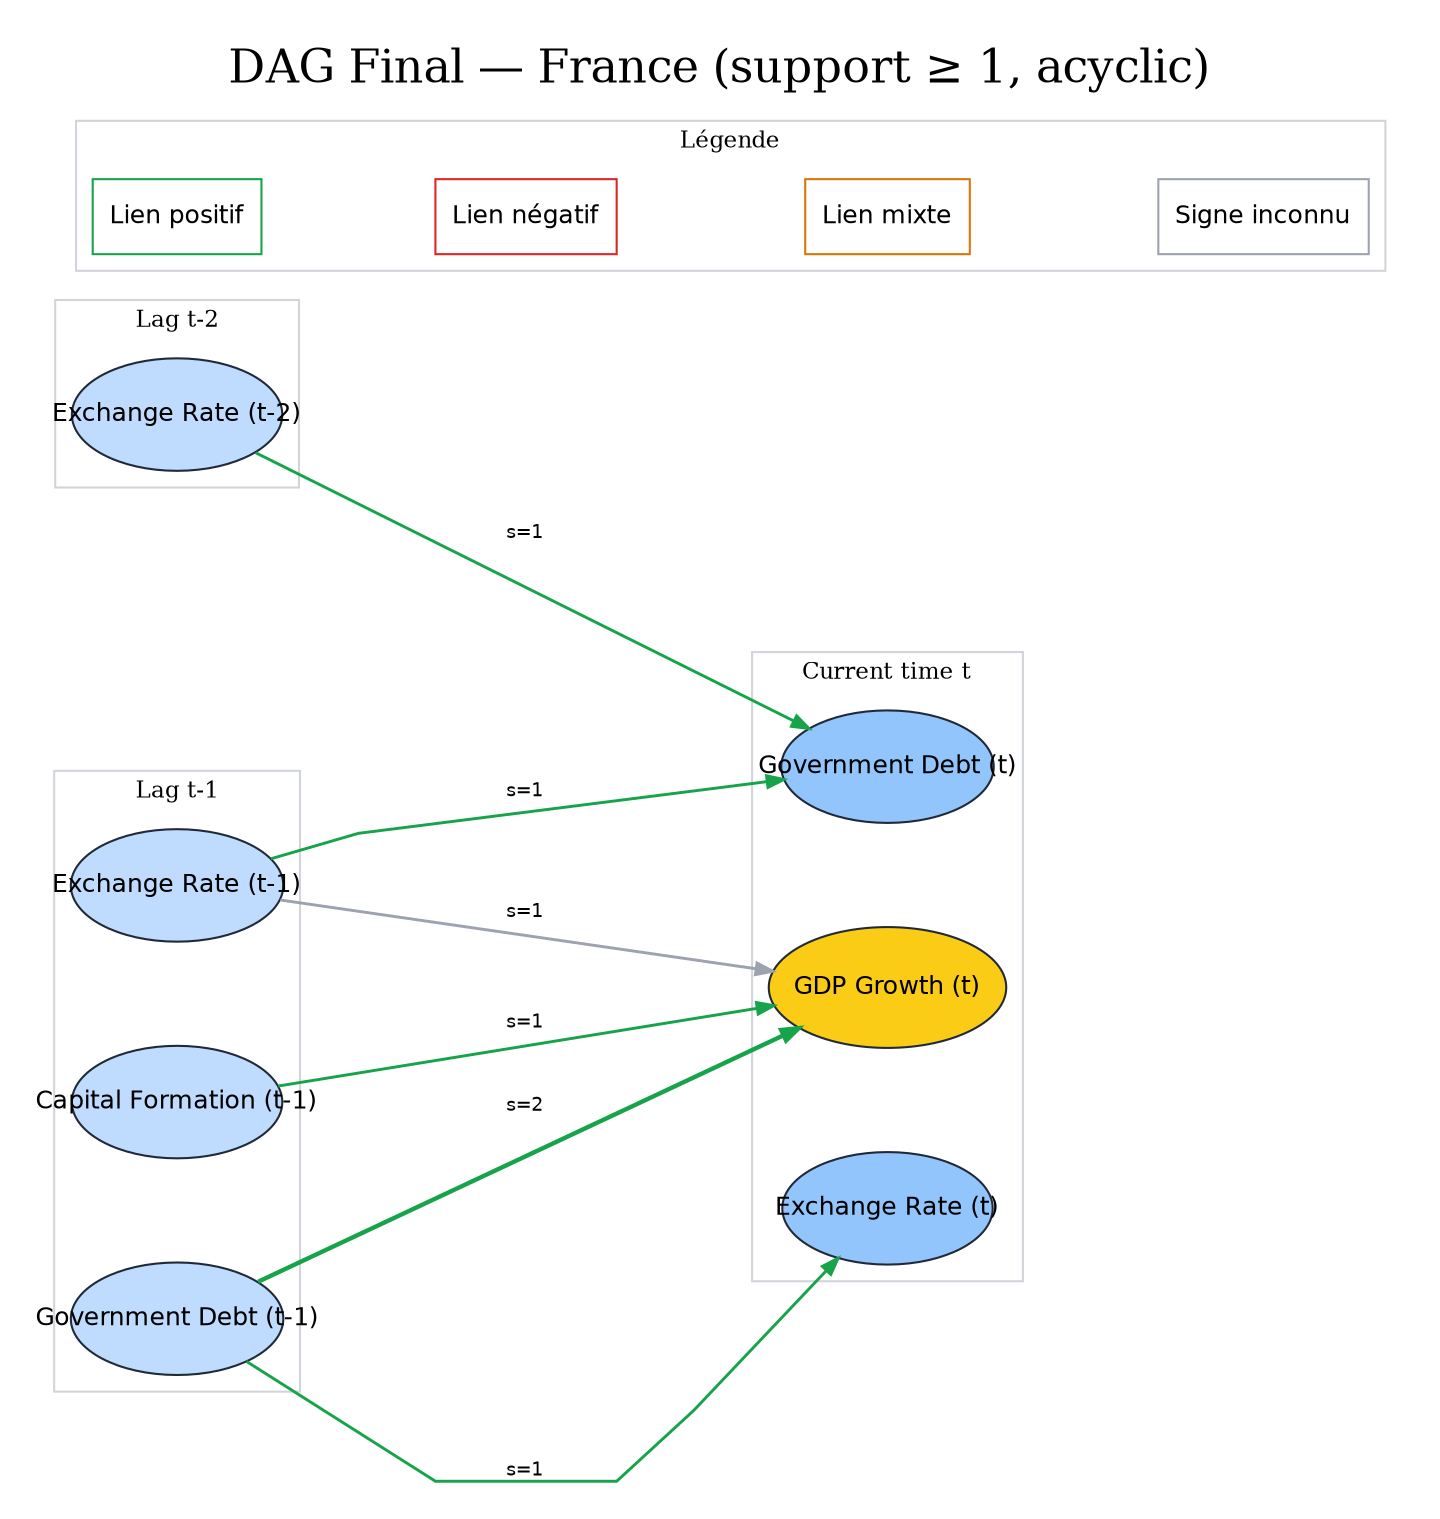
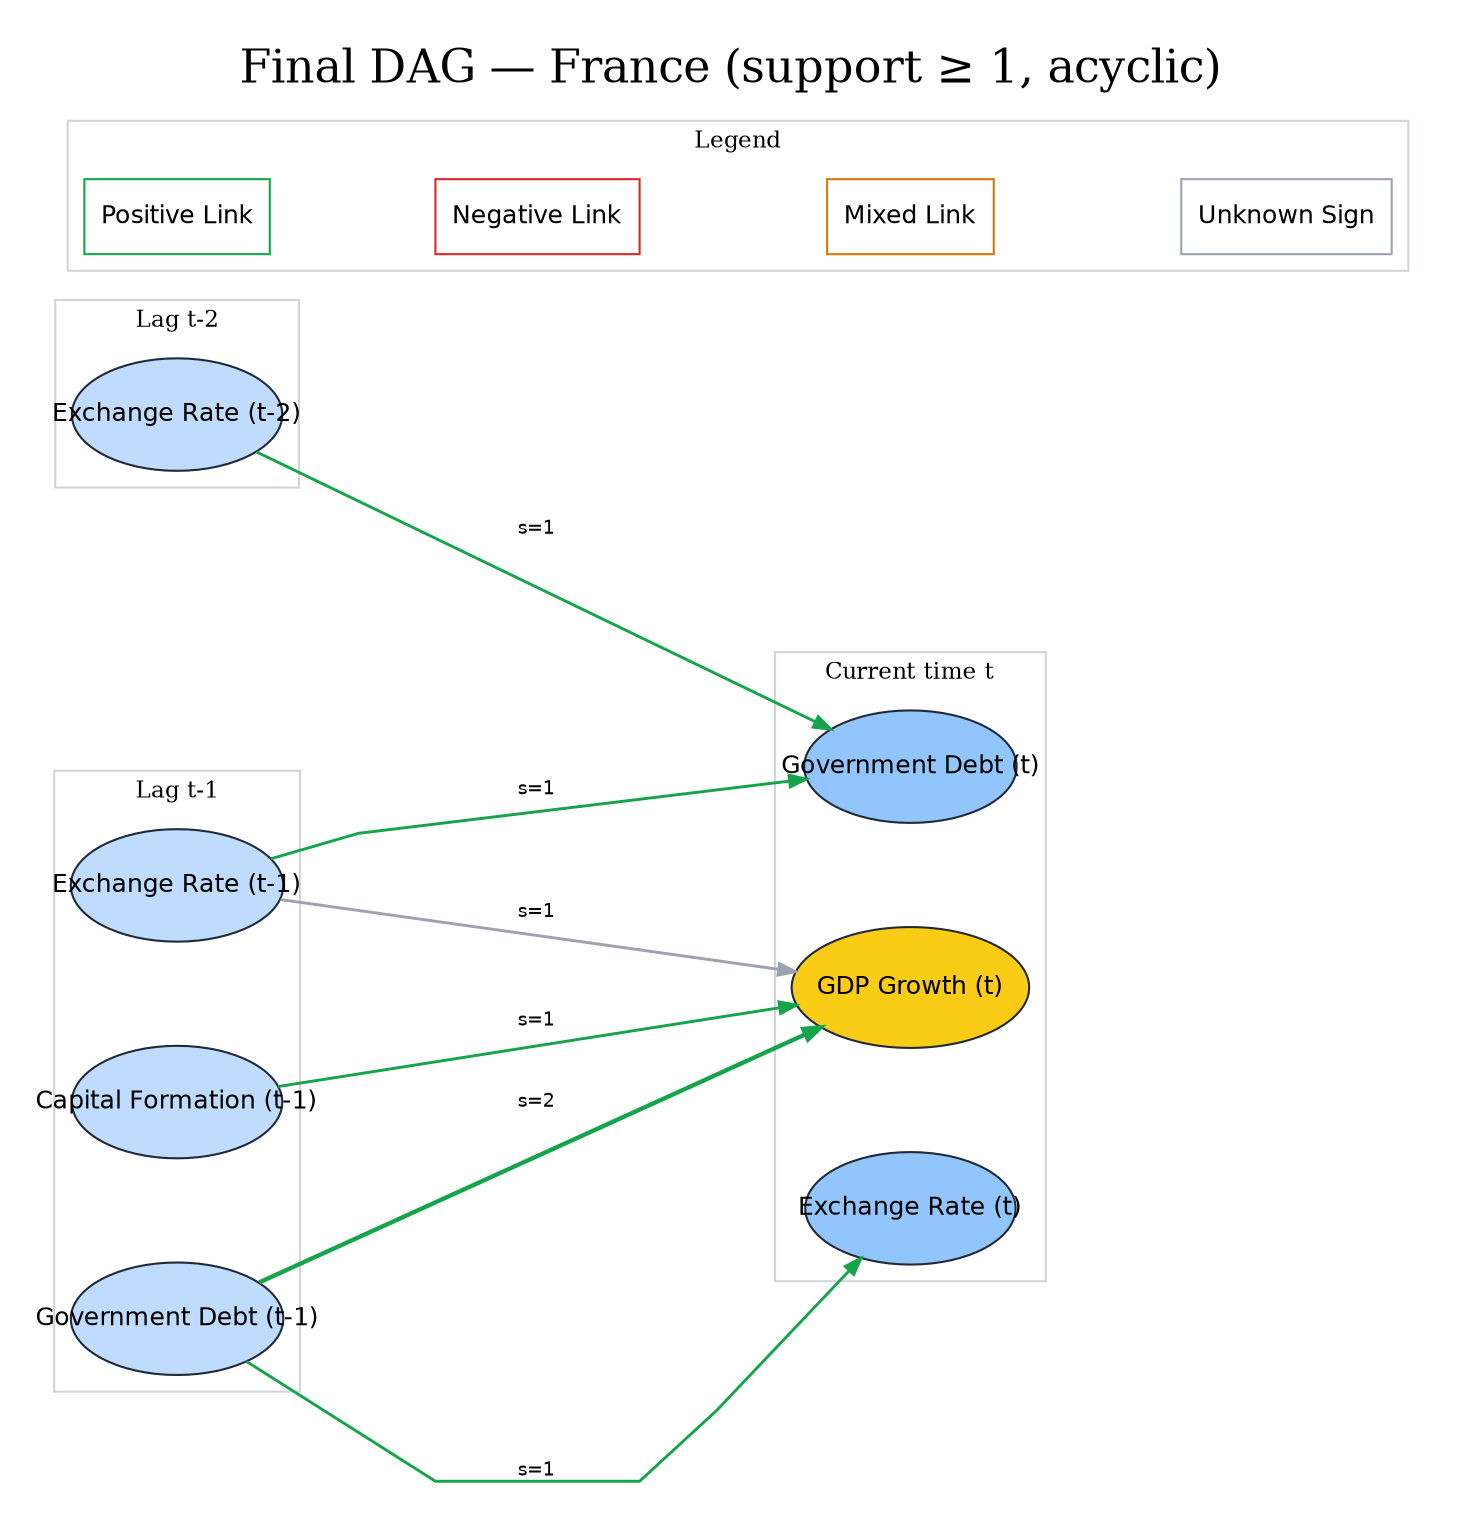
digraph DAG {
- 	bgcolor=white fontsize=22 label="DAG Final — France (support ≥ 1, acyclic)" labelloc=t pad=0.25 rankdir=LR
+ 	bgcolor=white fontsize=22 label="Final DAG — France (support ≥ 1, acyclic)" labelloc=t pad=0.25 rankdir=LR
	graph [concentrate=false nodesep=0.7 overlap=false ranksep=1.0 splines=polyline]
	node [color="#1f2937" fontname=Helvetica fontsize=12 shape=ellipse style=filled]
	edge [arrowsize=0.8 fontname=Helvetica fontsize=9]
	subgraph cluster_t2 {
		color="#d1d5db" fontsize=11 label="Lag t-2"
		rank=same
		"Exchange_Rate__t-2" [label="Exchange Rate (t-2)" fillcolor="#bfdbfe" fixedsize=true fontcolor=black height=0.75 width=1.4]
	}
	subgraph cluster_t1 {
		color="#d1d5db" fontsize=11 label="Lag t-1"
		rank=same
		"Capital_Formation__t-1" [label="Capital Formation (t-1)" fillcolor="#bfdbfe" fixedsize=true fontcolor=black height=0.75 width=1.4]
		"Exchange_Rate__t-1" [label="Exchange Rate (t-1)" fillcolor="#bfdbfe" fixedsize=true fontcolor=black height=0.75 width=1.4200000000000002]
		"Government_Debt__t-1" [label="Government Debt (t-1)" fillcolor="#bfdbfe" fixedsize=true fontcolor=black height=0.75 width=1.4200000000000002]
	}
	subgraph cluster_t {
		color="#d1d5db" fontsize=11 label="Current time t"
		rank=same
		Exchange_Rate__t [label="Exchange Rate (t)" fillcolor="#93c5fd" fixedsize=true fontcolor=black height=0.75 width=1.4]
		GDP_Growth__t [label="GDP Growth (t)" fillcolor="#facc15" fixedsize=true fontcolor=black height=0.8 width=1.58]
		Government_Debt__t [label="Government Debt (t)" fillcolor="#93c5fd" fixedsize=true fontcolor=black height=0.75 width=1.4200000000000002]
	}
	"Government_Debt__t-1" -> GDP_Growth__t [label="s=2" color="#16a34a" minlen=2 penwidth=2.0999999999999996]
	"Capital_Formation__t-1" -> GDP_Growth__t [label="s=1" color="#16a34a" minlen=2 penwidth=1.4]
	"Exchange_Rate__t-2" -> Government_Debt__t [label="s=1" color="#16a34a" minlen=2 penwidth=1.4]
	"Exchange_Rate__t-1" -> Government_Debt__t [label="s=1" color="#16a34a" minlen=2 penwidth=1.4]
	"Government_Debt__t-1" -> Exchange_Rate__t [label="s=1" color="#16a34a" minlen=2 penwidth=1.4]
	"Exchange_Rate__t-1" -> GDP_Growth__t [label="s=1" color="#9ca3af" minlen=2 penwidth=1.4]
	subgraph cluster_legend {
- 		color="#d1d5db" fontsize=11 label="Légende"
- 		Lpos [label="Lien positif" color="#16a34a" fillcolor=white shape=box style=filled]
- 		Lneg [label="Lien négatif" color="#dc2626" fillcolor=white shape=box style=filled]
- 		Lmix [label="Lien mixte" color="#d97706" fillcolor=white shape=box style=filled]
- 		Lunk [label="Signe inconnu" color="#9ca3af" fillcolor=white shape=box style=filled]
+ 		color="#d1d5db" fontsize=11 label=Legend
+ 		Lpos [label="Positive Link" color="#16a34a" fillcolor=white shape=box style=filled]
+ 		Lneg [label="Negative Link" color="#dc2626" fillcolor=white shape=box style=filled]
+ 		Lmix [label="Mixed Link" color="#d97706" fillcolor=white shape=box style=filled]
+ 		Lunk [label="Unknown Sign" color="#9ca3af" fillcolor=white shape=box style=filled]
		Lpos -> Lneg [style=invis]
		Lneg -> Lmix [style=invis]
		Lmix -> Lunk [style=invis]
	}
}
